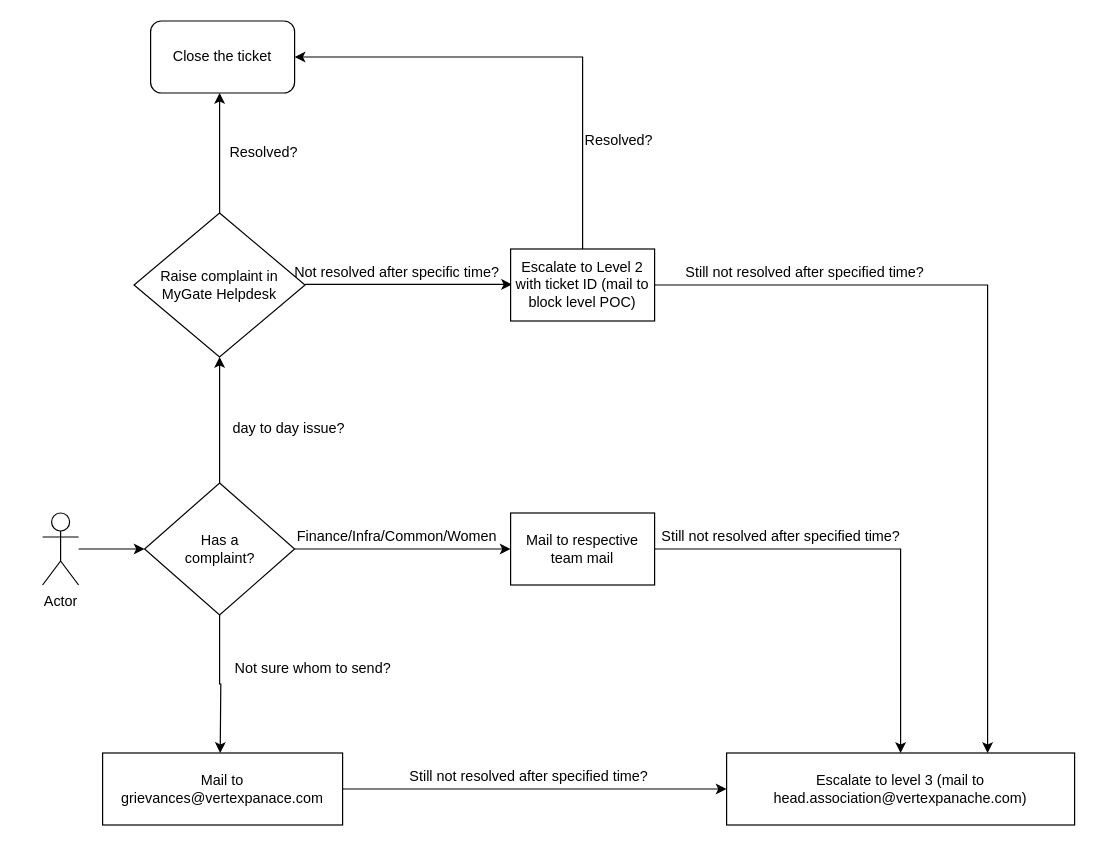
This is Untitled Diagram.drawio from menneni/algorithms, a draw.io file, before an edit. Source tidied: cells renumbered, new cells numbered last; positions are measured from the earlier drawing's top-left corner, leaving out a move shared by most shapes. Both pictures are drawn from the tidied source at 120%, with x=0, y=0 at pixel (42, 20).
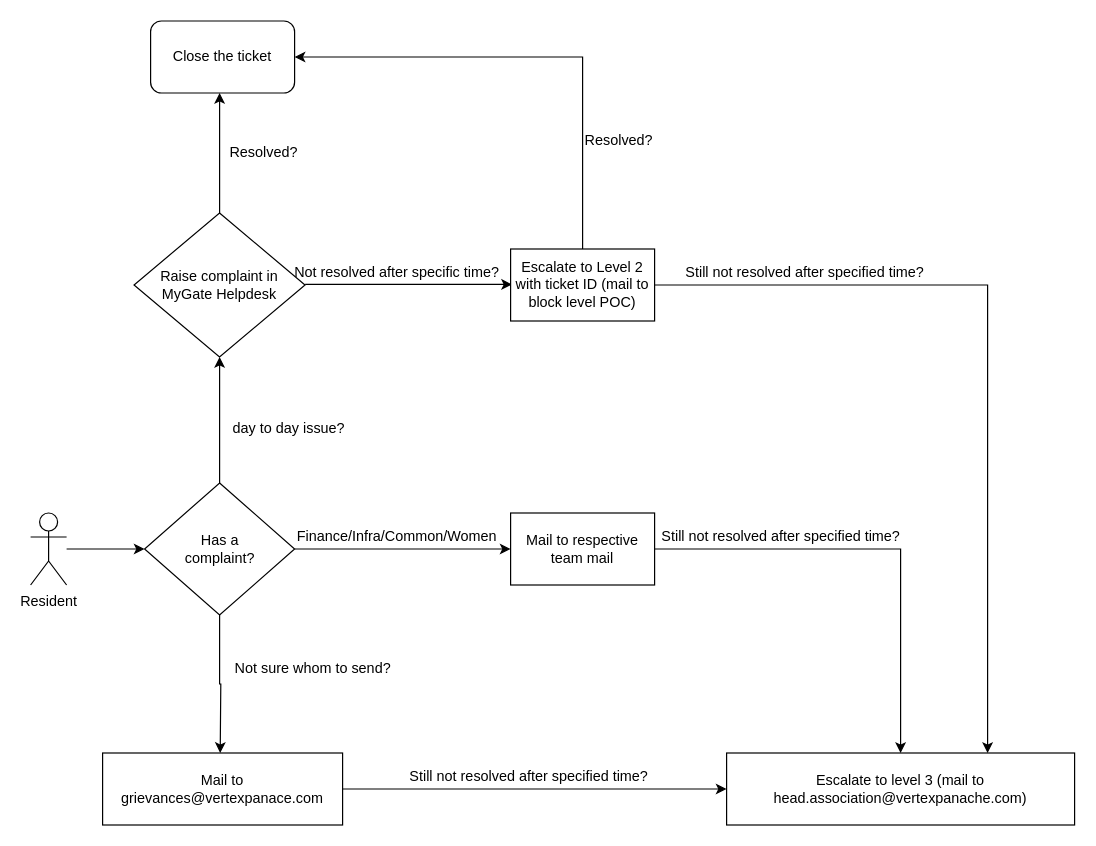
The same diagram, later.

Commit message (it also covers changes not shown here):
help-desk-resident

Diff of the diagram source:
```diff
@@
-    <mxCell id="3" value="Actor" style="shape=umlActor;verticalLabelPosition=bottom;verticalAlign=top;html=1;outlineConnect=0;" parent="1" vertex="1">
-      <mxGeometry y="410" width="30" height="60" as="geometry" />
+    <mxCell id="3" value="Resident" style="shape=umlActor;verticalLabelPosition=bottom;verticalAlign=top;html=1;outlineConnect=0;" parent="1" vertex="1">
+      <mxGeometry x="-10" y="410" width="30" height="60" as="geometry" />
     </mxCell>
```
